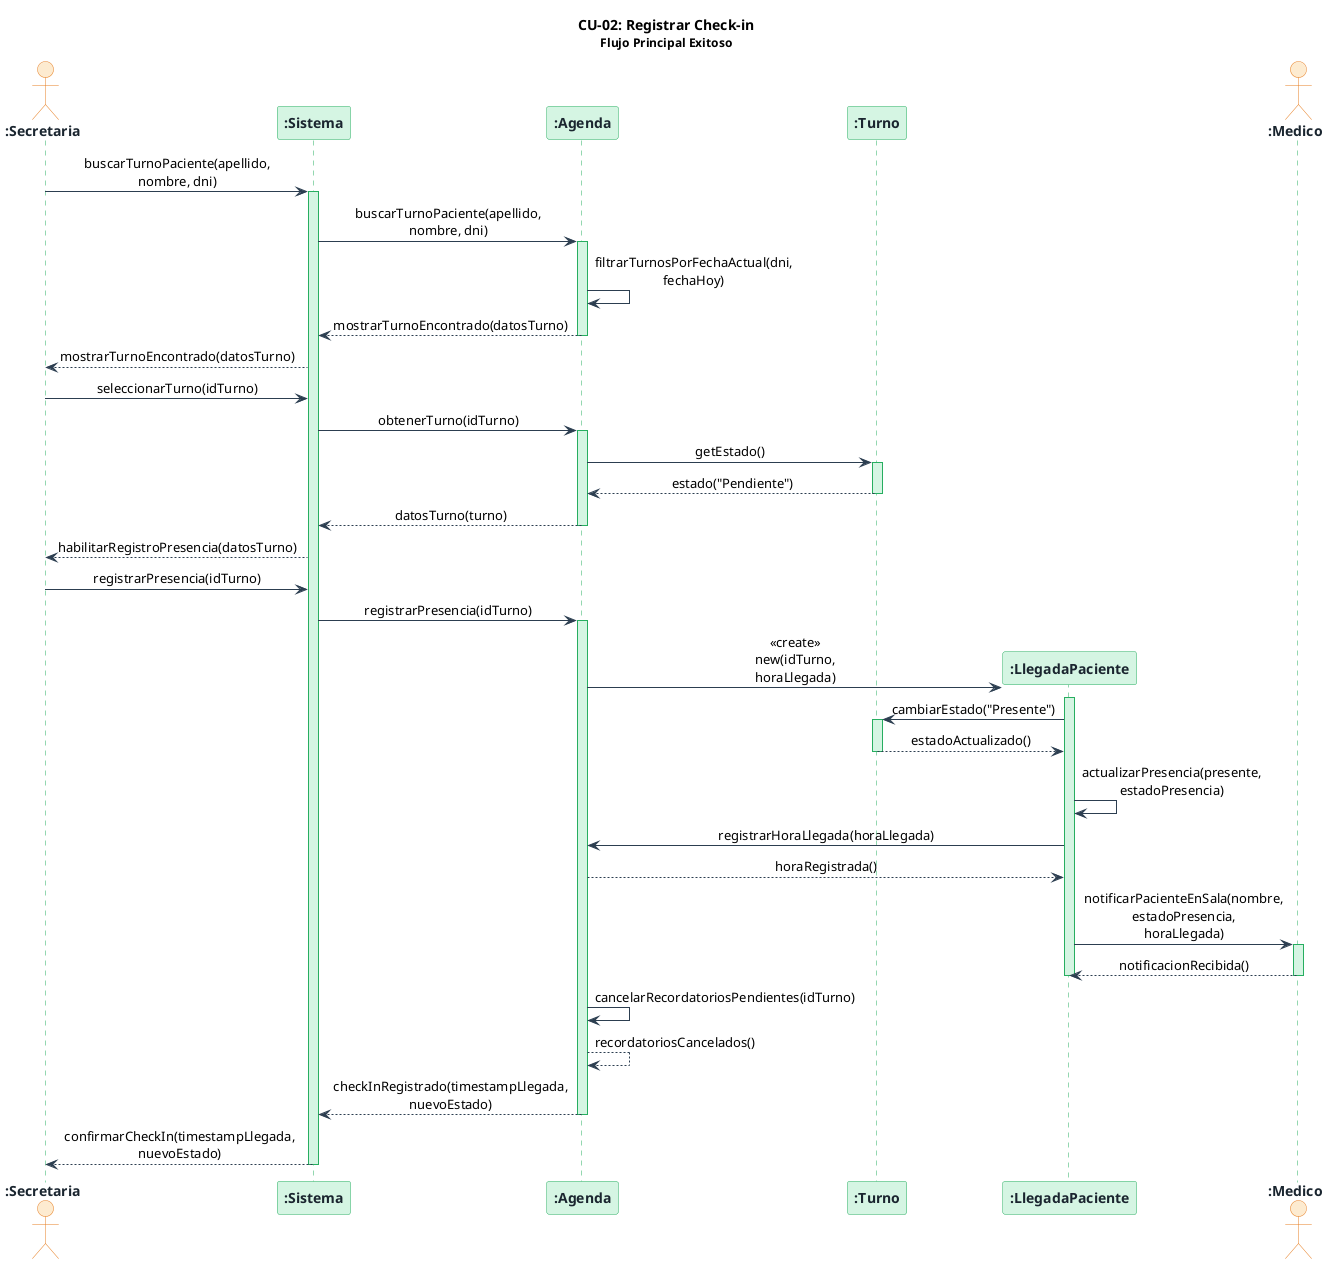
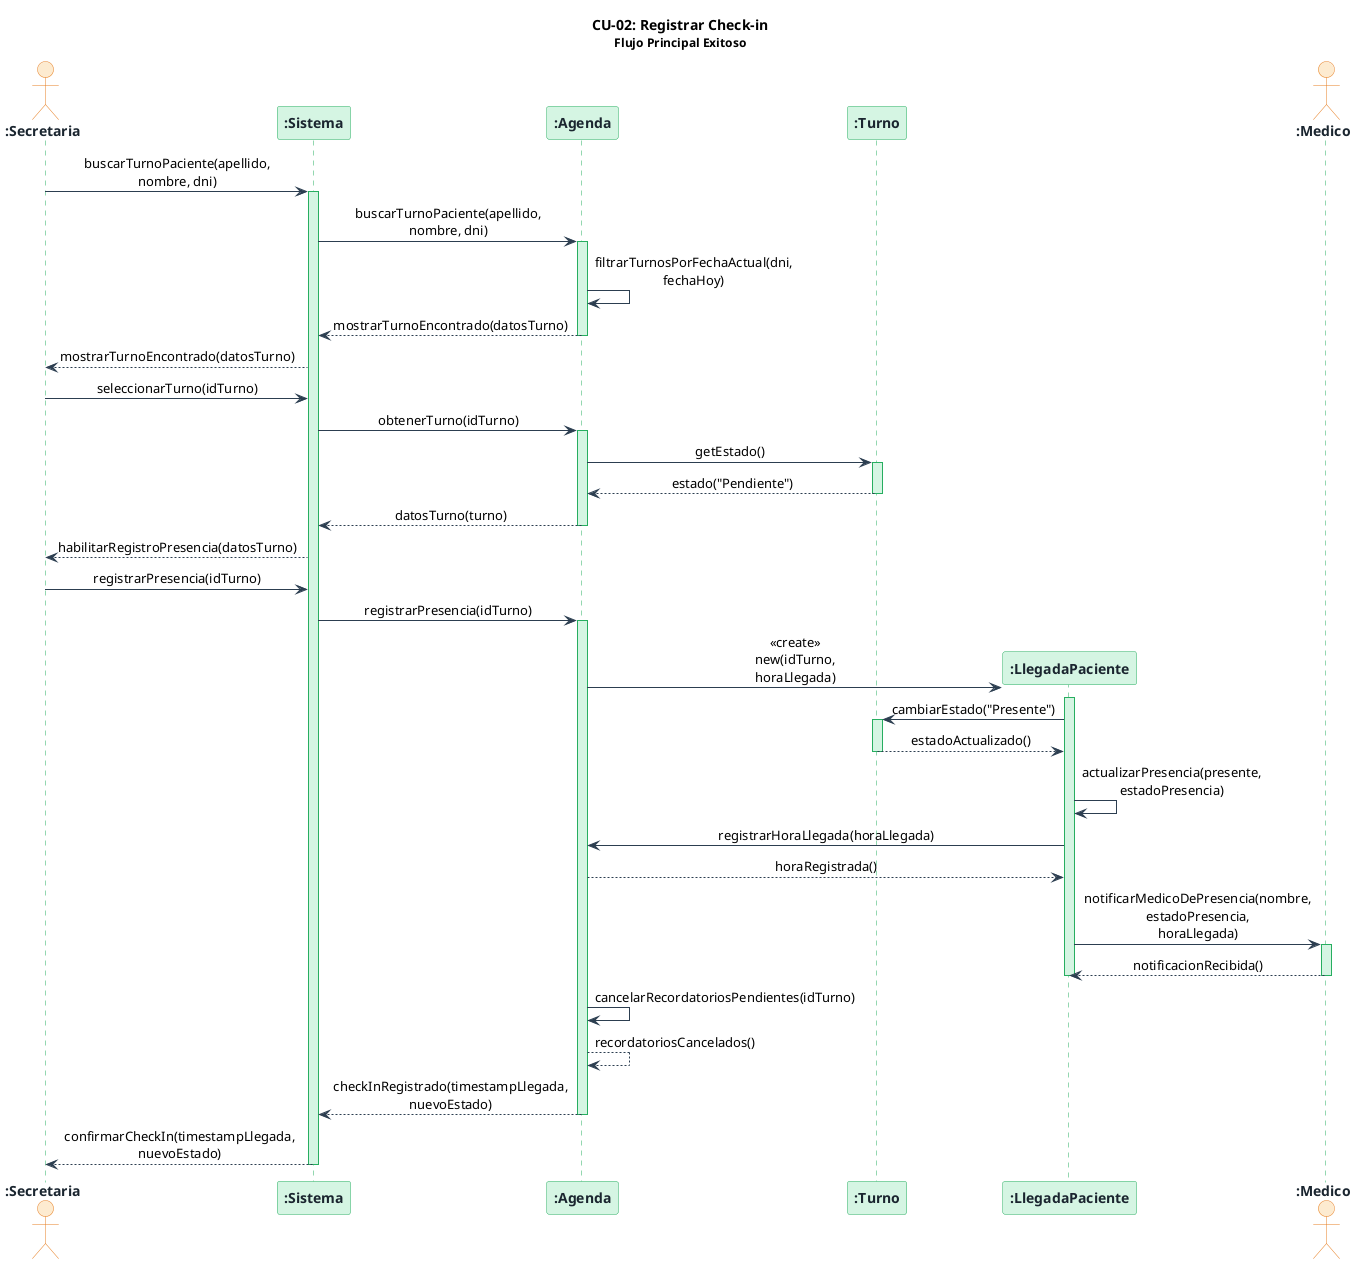
@startuml 05-cu02-registrar-checkin

skinparam sequenceMessageAlign center
skinparam responseMessageBelowArrow true
skinparam maxMessageSize 160
skinparam sequence {
    ArrowColor          #2C3E50
    LifeLineBorderColor #27AE60
    LifeLineBackgroundColor #D5F5E3
    BoxBackgroundColor  #FDFEFE
    BoxBorderColor      #2C3E50
}
skinparam participant {
    BackgroundColor #D5F5E3
    BorderColor     #27AE60
    FontColor       #1A252F
    FontStyle       bold
}
skinparam actor {
    BackgroundColor #FDEBD0
    BorderColor     #E67E22
    FontColor       #1A252F
    FontStyle       bold
}

title **CU-02: Registrar Check-in**\n<size:12>Flujo Principal Exitoso</size>

actor    ":Secretaria"          as secretaria
participant ":Sistema"          as sistema
participant ":Agenda"           as agenda
participant ":Turno"            as turno
participant ":LlegadaPaciente"  as llegadaPaciente
actor    ":Medico"              as medico

' ── 1. Búsqueda del turno del paciente ─────────────────────────────────────
secretaria  ->  sistema         : buscarTurnoPaciente(apellido, nombre, dni)
activate sistema
sistema     ->  agenda          : buscarTurnoPaciente(apellido, nombre, dni)
activate agenda
agenda      ->  agenda          : filtrarTurnosPorFechaActual(dni, fechaHoy)
agenda      -->  sistema        : mostrarTurnoEncontrado(datosTurno)
deactivate agenda
sistema     -->  secretaria     : mostrarTurnoEncontrado(datosTurno)

' ── 2. Selección y verificación del turno ──────────────────────────────────
secretaria  ->  sistema         : seleccionarTurno(idTurno)
sistema     ->  agenda          : obtenerTurno(idTurno)
activate agenda
agenda      ->  turno           : getEstado()
activate turno
turno       -->  agenda         : estado("Pendiente")
deactivate turno
agenda      -->  sistema        : datosTurno(turno)
deactivate agenda
sistema     -->  secretaria     : habilitarRegistroPresencia(datosTurno)

' ── 3. Registro de presencia y creación de LlegadaPaciente ─────────────────
secretaria  ->  sistema         : registrarPresencia(idTurno)
sistema     ->  agenda          : registrarPresencia(idTurno)
activate agenda

create llegadaPaciente
agenda      ->  llegadaPaciente : <<create>>\nnew(idTurno, horaLlegada)
activate llegadaPaciente

llegadaPaciente ->  turno       : cambiarEstado("Presente")
activate turno
turno       -->  llegadaPaciente : estadoActualizado()
deactivate turno

llegadaPaciente ->  llegadaPaciente : actualizarPresencia(presente, estadoPresencia)

llegadaPaciente ->  agenda      : registrarHoraLlegada(horaLlegada)
agenda      -->  llegadaPaciente : horaRegistrada()

' ── 4. Notificación al médico (responsabilidad de LlegadaPaciente - CRC) ────
- llegadaPaciente ->  medico      : notificarPacienteEnSala(nombre, estadoPresencia, horaLlegada)
+ llegadaPaciente ->  medico      : notificarMedicoDePresencia(nombre, estadoPresencia, horaLlegada)
activate medico
medico      -->  llegadaPaciente : notificacionRecibida()
deactivate medico

deactivate llegadaPaciente

' ── 5. Cancelación de recordatorios pendientes ─────────────────────────────
agenda      ->  agenda          : cancelarRecordatoriosPendientes(idTurno)
agenda      -->  agenda         : recordatoriosCancelados()

agenda      -->  sistema        : checkInRegistrado(timestampLlegada, nuevoEstado)
deactivate agenda

' ── 6. Confirmación a la secretaria ────────────────────────────────────────
sistema     -->  secretaria     : confirmarCheckIn(timestampLlegada, nuevoEstado)
deactivate sistema

@enduml
